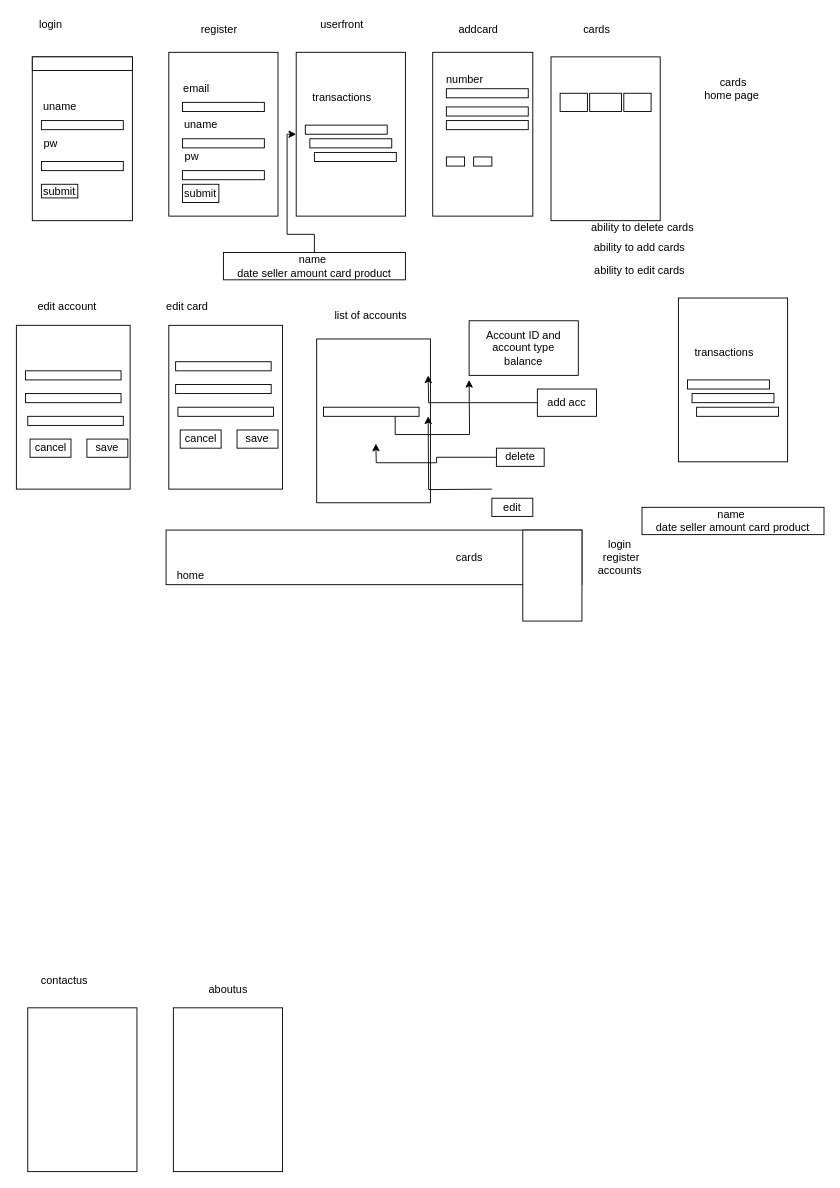
The draw.io diagram page "wi" (4 of 7) of bankingsystemdrawio (1).drawio in GustavoPT/spring-jpaobjectrepotest, before the edit. Source tidied: cells renumbered, new cells numbered last; positions are measured from the earlier drawing's top-left corner, leaving out a move shared by most shapes. Both pictures are drawn from the tidied source at 91%, with x=0, y=0 at pixel (15, 15).
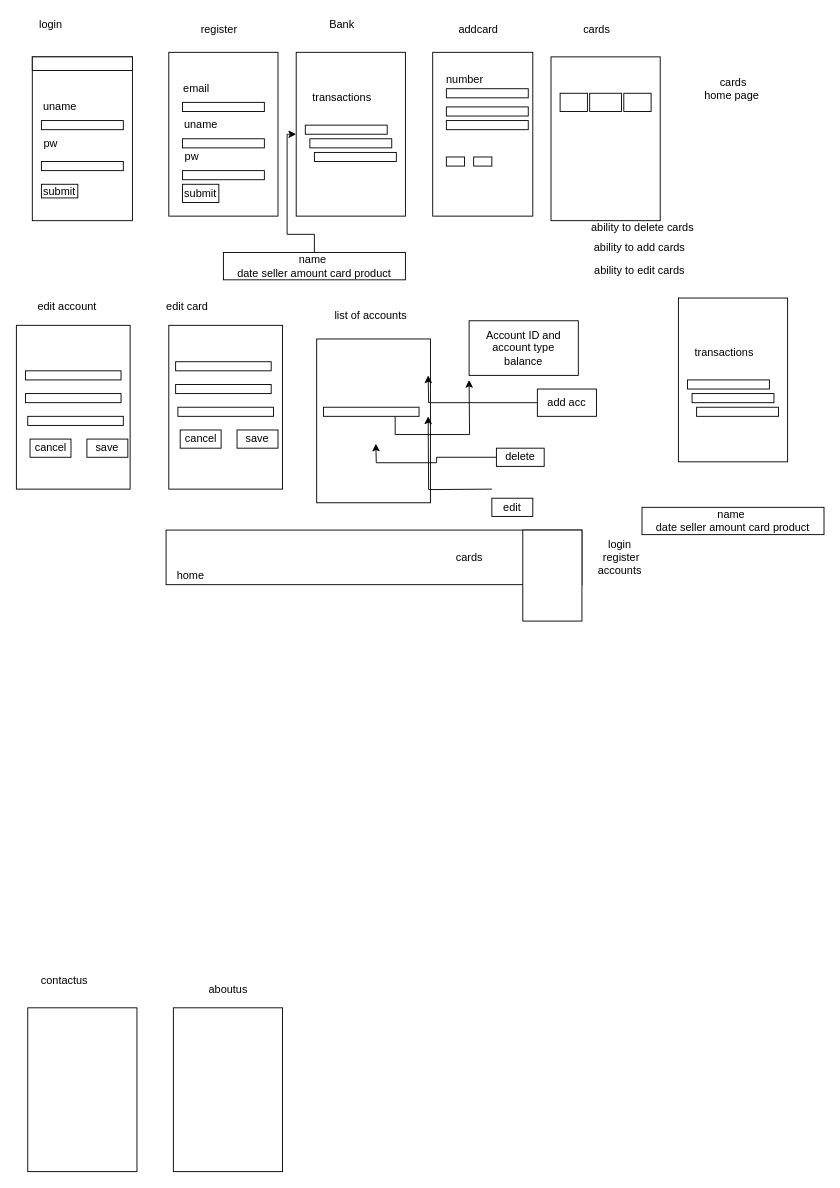
The same diagram, later.

What changed in the source:
```diff
@@
-    <mxCell id="6" value="userfront" style="text;html=1;align=center;verticalAlign=middle;" parent="1" vertex="1">
-      <mxGeometry x="328" width="60" height="20" as="geometry" />
+    <mxCell id="6" value="Bank&lt;br&gt;" style="text;html=1;align=center;verticalAlign=middle;" parent="1" vertex="1">
+      <mxGeometry x="338" width="40" height="20" as="geometry" />
     </mxCell>
```
